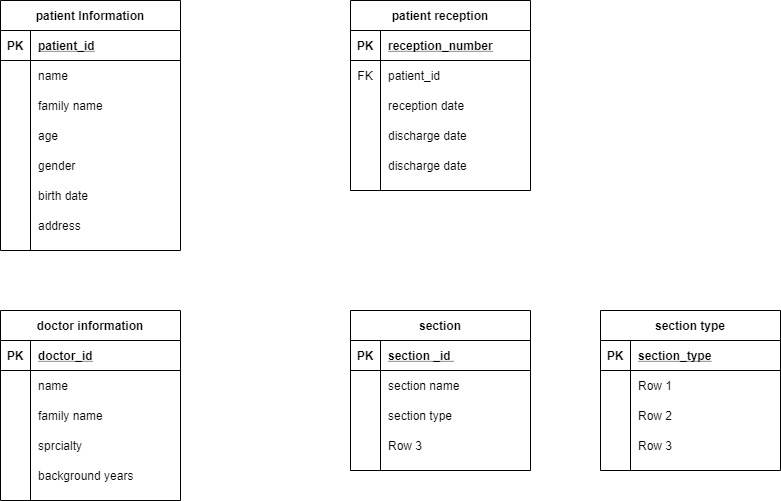
The draw.io diagram Untitled Diagram.png in sepideh2020/ERD, before a commit. Source tidied: cells renumbered, new cells last; positions are measured from the earlier drawing's top-left corner, leaving out a move shared by most shapes.
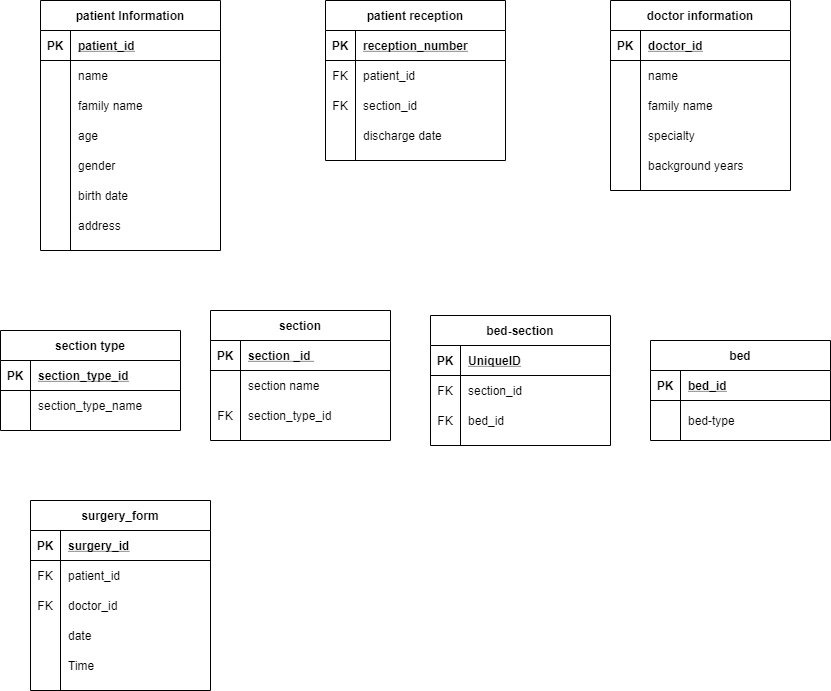
After the commit.

What changed in the source:
```diff
@@ -69,7 +69,7 @@
       <mxGeometry x="30" width="150" height="30" as="geometry" />
     </mxCell>
     <mxCell id="24" value="patient reception" style="shape=table;startSize=30;rowLines=0;fontStyle=1;align=center;" parent="1" vertex="1">
-      <mxGeometry x="350" width="180" height="190" as="geometry" />
+      <mxGeometry x="285" width="180" height="160" as="geometry" />
     </mxCell>
     <mxCell id="25" style="shape=partialRectangle;fillColor=none;top=0;left=0;bottom=1;right=0;" parent="24" vertex="1">
       <mxGeometry y="30" width="180" height="30" as="geometry" />
@@ -92,10 +92,10 @@
     <mxCell id="31" style="shape=partialRectangle;fillColor=none;top=0;left=0;bottom=0;right=0;" parent="24" vertex="1">
       <mxGeometry y="90" width="180" height="30" as="geometry" />
     </mxCell>
-    <mxCell id="32" style="shape=partialRectangle;fillColor=none;top=0;left=0;bottom=0;right=0;overflow=hidden;" parent="31" vertex="1">
+    <mxCell id="32" value="FK" style="shape=partialRectangle;fillColor=none;top=0;left=0;bottom=0;right=0;overflow=hidden;" parent="31" vertex="1">
       <mxGeometry width="30" height="30" as="geometry" />
     </mxCell>
-    <mxCell id="33" value="reception date" style="shape=partialRectangle;fillColor=none;top=0;left=0;bottom=0;right=0;align=left;spacingLeft=6;overflow=hidden;" parent="31" vertex="1">
+    <mxCell id="33" value="section_id" style="shape=partialRectangle;fillColor=none;top=0;left=0;bottom=0;right=0;align=left;spacingLeft=6;overflow=hidden;" parent="31" vertex="1">
       <mxGeometry x="30" width="150" height="30" as="geometry" />
     </mxCell>
     <mxCell id="34" style="shape=partialRectangle;fillColor=none;top=0;left=0;bottom=0;right=0;" parent="24" vertex="1">
@@ -107,17 +107,8 @@
     <mxCell id="36" value="discharge date" style="shape=partialRectangle;fillColor=none;top=0;left=0;bottom=0;right=0;align=left;spacingLeft=6;overflow=hidden;" parent="34" vertex="1">
       <mxGeometry x="30" width="150" height="30" as="geometry" />
     </mxCell>
-    <mxCell id="37" style="shape=partialRectangle;fillColor=none;top=0;left=0;bottom=0;right=0;" parent="24" vertex="1">
-      <mxGeometry y="150" width="180" height="30" as="geometry" />
-    </mxCell>
-    <mxCell id="38" style="shape=partialRectangle;fillColor=none;top=0;left=0;bottom=0;right=0;overflow=hidden;" parent="37" vertex="1">
-      <mxGeometry width="30" height="30" as="geometry" />
-    </mxCell>
-    <mxCell id="39" value="discharge date" style="shape=partialRectangle;fillColor=none;top=0;left=0;bottom=0;right=0;align=left;spacingLeft=6;overflow=hidden;" parent="37" vertex="1">
-      <mxGeometry x="30" width="150" height="30" as="geometry" />
-    </mxCell>
     <mxCell id="40" value="doctor information" style="shape=table;startSize=30;rowLines=0;fontStyle=1;align=center;" parent="1" vertex="1">
-      <mxGeometry y="310" width="180" height="190" as="geometry" />
+      <mxGeometry x="570" width="180" height="190" as="geometry" />
     </mxCell>
     <mxCell id="41" style="shape=partialRectangle;fillColor=none;top=0;left=0;bottom=1;right=0;" parent="40" vertex="1">
       <mxGeometry y="30" width="180" height="30" as="geometry" />
@@ -152,7 +143,7 @@
     <mxCell id="51" style="shape=partialRectangle;fillColor=none;top=0;left=0;bottom=0;right=0;overflow=hidden;" parent="50" vertex="1">
       <mxGeometry width="30" height="30" as="geometry" />
     </mxCell>
-    <mxCell id="52" value="sprcialty" style="shape=partialRectangle;fillColor=none;top=0;left=0;bottom=0;right=0;align=left;spacingLeft=6;overflow=hidden;" parent="50" vertex="1">
+    <mxCell id="52" value="specialty" style="shape=partialRectangle;fillColor=none;top=0;left=0;bottom=0;right=0;align=left;spacingLeft=6;overflow=hidden;" parent="50" vertex="1">
       <mxGeometry x="30" width="150" height="30" as="geometry" />
     </mxCell>
     <mxCell id="53" style="shape=partialRectangle;fillColor=none;top=0;left=0;bottom=0;right=0;" parent="40" vertex="1">
@@ -165,7 +156,7 @@
       <mxGeometry x="30" width="150" height="30" as="geometry" />
     </mxCell>
     <mxCell id="56" value="section" style="shape=table;startSize=30;rowLines=0;fontStyle=1;align=center;" parent="1" vertex="1">
-      <mxGeometry x="350" y="310" width="180" height="160" as="geometry" />
+      <mxGeometry x="170" y="310" width="180" height="130" as="geometry" />
     </mxCell>
     <mxCell id="57" style="shape=partialRectangle;fillColor=none;top=0;left=0;bottom=1;right=0;" parent="56" vertex="1">
       <mxGeometry y="30" width="180" height="30" as="geometry" />
@@ -188,23 +179,14 @@
     <mxCell id="63" style="shape=partialRectangle;fillColor=none;top=0;left=0;bottom=0;right=0;" parent="56" vertex="1">
       <mxGeometry y="90" width="180" height="30" as="geometry" />
     </mxCell>
-    <mxCell id="64" style="shape=partialRectangle;fillColor=none;top=0;left=0;bottom=0;right=0;overflow=hidden;" parent="63" vertex="1">
+    <mxCell id="64" value="FK" style="shape=partialRectangle;fillColor=none;top=0;left=0;bottom=0;right=0;overflow=hidden;" parent="63" vertex="1">
       <mxGeometry width="30" height="30" as="geometry" />
     </mxCell>
-    <mxCell id="65" value="section type" style="shape=partialRectangle;fillColor=none;top=0;left=0;bottom=0;right=0;align=left;spacingLeft=6;overflow=hidden;" parent="63" vertex="1">
+    <mxCell id="65" value="section_type_id" style="shape=partialRectangle;fillColor=none;top=0;left=0;bottom=0;right=0;align=left;spacingLeft=6;overflow=hidden;" parent="63" vertex="1">
       <mxGeometry x="30" width="150" height="30" as="geometry" />
     </mxCell>
-    <mxCell id="66" style="shape=partialRectangle;fillColor=none;top=0;left=0;bottom=0;right=0;" parent="56" vertex="1">
-      <mxGeometry y="120" width="180" height="30" as="geometry" />
-    </mxCell>
-    <mxCell id="67" style="shape=partialRectangle;fillColor=none;top=0;left=0;bottom=0;right=0;overflow=hidden;" parent="66" vertex="1">
-      <mxGeometry width="30" height="30" as="geometry" />
-    </mxCell>
-    <mxCell id="68" value="Row 3" style="shape=partialRectangle;fillColor=none;top=0;left=0;bottom=0;right=0;align=left;spacingLeft=6;overflow=hidden;" parent="66" vertex="1">
-      <mxGeometry x="30" width="150" height="30" as="geometry" />
-    </mxCell>
     <mxCell id="69" value="section type" style="shape=table;startSize=30;rowLines=0;fontStyle=1;align=center;" parent="1" vertex="1">
-      <mxGeometry x="600" y="310" width="180" height="160" as="geometry" />
+      <mxGeometry x="-40" y="330" width="180" height="100" as="geometry" />
     </mxCell>
     <mxCell id="70" style="shape=partialRectangle;fillColor=none;top=0;left=0;bottom=1;right=0;" parent="69" vertex="1">
       <mxGeometry y="30" width="180" height="30" as="geometry" />
@@ -212,7 +194,7 @@
     <mxCell id="71" value="PK" style="shape=partialRectangle;fillColor=none;top=0;left=0;bottom=0;right=0;fontStyle=1;overflow=hidden;" parent="70" vertex="1">
       <mxGeometry width="30" height="30" as="geometry" />
     </mxCell>
-    <mxCell id="72" value="section_type" style="shape=partialRectangle;fillColor=none;top=0;left=0;bottom=0;right=0;align=left;spacingLeft=6;fontStyle=5;overflow=hidden;" parent="70" vertex="1">
+    <mxCell id="72" value="section_type_id" style="shape=partialRectangle;fillColor=none;top=0;left=0;bottom=0;right=0;align=left;spacingLeft=6;fontStyle=5;overflow=hidden;" parent="70" vertex="1">
       <mxGeometry x="30" width="150" height="30" as="geometry" />
     </mxCell>
     <mxCell id="73" style="shape=partialRectangle;fillColor=none;top=0;left=0;bottom=0;right=0;" parent="69" vertex="1">
@@ -221,26 +203,107 @@
     <mxCell id="74" style="shape=partialRectangle;fillColor=none;top=0;left=0;bottom=0;right=0;overflow=hidden;" parent="73" vertex="1">
       <mxGeometry width="30" height="30" as="geometry" />
     </mxCell>
-    <mxCell id="75" value="Row 1" style="shape=partialRectangle;fillColor=none;top=0;left=0;bottom=0;right=0;align=left;spacingLeft=6;overflow=hidden;" parent="73" vertex="1">
+    <mxCell id="75" value="section_type_name" style="shape=partialRectangle;fillColor=none;top=0;left=0;bottom=0;right=0;align=left;spacingLeft=6;overflow=hidden;" parent="73" vertex="1">
       <mxGeometry x="30" width="150" height="30" as="geometry" />
     </mxCell>
-    <mxCell id="76" style="shape=partialRectangle;fillColor=none;top=0;left=0;bottom=0;right=0;" parent="69" vertex="1">
-      <mxGeometry y="90" width="180" height="30" as="geometry" />
-    </mxCell>
-    <mxCell id="77" style="shape=partialRectangle;fillColor=none;top=0;left=0;bottom=0;right=0;overflow=hidden;" parent="76" vertex="1">
-      <mxGeometry width="30" height="30" as="geometry" />
-    </mxCell>
-    <mxCell id="78" value="Row 2" style="shape=partialRectangle;fillColor=none;top=0;left=0;bottom=0;right=0;align=left;spacingLeft=6;overflow=hidden;" parent="76" vertex="1">
-      <mxGeometry x="30" width="150" height="30" as="geometry" />
-    </mxCell>
-    <mxCell id="79" style="shape=partialRectangle;fillColor=none;top=0;left=0;bottom=0;right=0;" parent="69" vertex="1">
-      <mxGeometry y="120" width="180" height="30" as="geometry" />
-    </mxCell>
-    <mxCell id="80" style="shape=partialRectangle;fillColor=none;top=0;left=0;bottom=0;right=0;overflow=hidden;" parent="79" vertex="1">
-      <mxGeometry width="30" height="30" as="geometry" />
-    </mxCell>
-    <mxCell id="81" value="Row 3" style="shape=partialRectangle;fillColor=none;top=0;left=0;bottom=0;right=0;align=left;spacingLeft=6;overflow=hidden;" parent="79" vertex="1">
-      <mxGeometry x="30" width="150" height="30" as="geometry" />
-    </mxCell>
+    <mxCell id="82" value="bed" style="shape=table;startSize=30;rowLines=0;fontStyle=1;align=center;" parent="1" vertex="1">
+      <mxGeometry x="610" y="340" width="180" height="100" as="geometry" />
+    </mxCell>
+    <mxCell id="83" style="shape=partialRectangle;fillColor=none;top=0;left=0;bottom=1;right=0;" parent="82" vertex="1">
+      <mxGeometry y="30" width="180" height="30" as="geometry" />
+    </mxCell>
+    <mxCell id="84" value="PK" style="shape=partialRectangle;fillColor=none;top=0;left=0;bottom=0;right=0;fontStyle=1;overflow=hidden;" parent="83" vertex="1">
+      <mxGeometry width="30" height="30" as="geometry" />
+    </mxCell>
+    <mxCell id="85" value="bed_id" style="shape=partialRectangle;fillColor=none;top=0;left=0;bottom=0;right=0;align=left;spacingLeft=6;fontStyle=5;overflow=hidden;" parent="83" vertex="1">
+      <mxGeometry x="30" width="150" height="30" as="geometry" />
+    </mxCell>
+    <mxCell id="86" style="shape=partialRectangle;fillColor=none;top=0;left=0;bottom=0;right=0;" parent="82" vertex="1">
+      <mxGeometry y="60" width="180" height="40" as="geometry" />
+    </mxCell>
+    <mxCell id="87" style="shape=partialRectangle;fillColor=none;top=0;left=0;bottom=0;right=0;overflow=hidden;" parent="86" vertex="1">
+      <mxGeometry width="30" height="40" as="geometry" />
+    </mxCell>
+    <mxCell id="88" value="bed-type" style="shape=partialRectangle;fillColor=none;top=0;left=0;bottom=0;right=0;align=left;spacingLeft=6;overflow=hidden;" parent="86" vertex="1">
+      <mxGeometry x="30" width="150" height="40" as="geometry" />
+    </mxCell>
+    <mxCell id="89" value="bed-section" style="shape=table;startSize=30;rowLines=0;fontStyle=1;align=center;" parent="1" vertex="1">
+      <mxGeometry x="390" y="315" width="180" height="130" as="geometry" />
+    </mxCell>
+    <mxCell id="90" style="shape=partialRectangle;fillColor=none;top=0;left=0;bottom=1;right=0;" parent="89" vertex="1">
+      <mxGeometry y="30" width="180" height="30" as="geometry" />
+    </mxCell>
+    <mxCell id="91" value="PK" style="shape=partialRectangle;fillColor=none;top=0;left=0;bottom=0;right=0;fontStyle=1;overflow=hidden;" parent="90" vertex="1">
+      <mxGeometry width="30" height="30" as="geometry" />
+    </mxCell>
+    <mxCell id="92" value="UniqueID" style="shape=partialRectangle;fillColor=none;top=0;left=0;bottom=0;right=0;align=left;spacingLeft=6;fontStyle=5;overflow=hidden;" parent="90" vertex="1">
+      <mxGeometry x="30" width="150" height="30" as="geometry" />
+    </mxCell>
+    <mxCell id="93" style="shape=partialRectangle;fillColor=none;top=0;left=0;bottom=0;right=0;" parent="89" vertex="1">
+      <mxGeometry y="60" width="180" height="30" as="geometry" />
+    </mxCell>
+    <mxCell id="94" value="FK" style="shape=partialRectangle;fillColor=none;top=0;left=0;bottom=0;right=0;overflow=hidden;" parent="93" vertex="1">
+      <mxGeometry width="30" height="30" as="geometry" />
+    </mxCell>
+    <mxCell id="95" value="section_id" style="shape=partialRectangle;fillColor=none;top=0;left=0;bottom=0;right=0;align=left;spacingLeft=6;overflow=hidden;" parent="93" vertex="1">
+      <mxGeometry x="30" width="150" height="30" as="geometry" />
+    </mxCell>
+    <mxCell id="96" style="shape=partialRectangle;fillColor=none;top=0;left=0;bottom=0;right=0;" parent="89" vertex="1">
+      <mxGeometry y="90" width="180" height="30" as="geometry" />
+    </mxCell>
+    <mxCell id="97" value="FK" style="shape=partialRectangle;fillColor=none;top=0;left=0;bottom=0;right=0;overflow=hidden;" parent="96" vertex="1">
+      <mxGeometry width="30" height="30" as="geometry" />
+    </mxCell>
+    <mxCell id="98" value="bed_id" style="shape=partialRectangle;fillColor=none;top=0;left=0;bottom=0;right=0;align=left;spacingLeft=6;overflow=hidden;" parent="96" vertex="1">
+      <mxGeometry x="30" width="150" height="30" as="geometry" />
+    </mxCell>
+    <mxCell id="99" value="surgery_form" style="shape=table;startSize=30;rowLines=0;fontStyle=1;align=center;" parent="1" vertex="1">
+      <mxGeometry x="-10" y="500" width="180" height="190" as="geometry" />
+    </mxCell>
+    <mxCell id="100" style="shape=partialRectangle;fillColor=none;top=0;left=0;bottom=1;right=0;" parent="99" vertex="1">
+      <mxGeometry y="30" width="180" height="30" as="geometry" />
+    </mxCell>
+    <mxCell id="101" value="PK" style="shape=partialRectangle;fillColor=none;top=0;left=0;bottom=0;right=0;fontStyle=1;overflow=hidden;" parent="100" vertex="1">
+      <mxGeometry width="30" height="30" as="geometry" />
+    </mxCell>
+    <mxCell id="102" value="surgery_id" style="shape=partialRectangle;fillColor=none;top=0;left=0;bottom=0;right=0;align=left;spacingLeft=6;fontStyle=5;overflow=hidden;" parent="100" vertex="1">
+      <mxGeometry x="30" width="150" height="30" as="geometry" />
+    </mxCell>
+    <mxCell id="103" style="shape=partialRectangle;fillColor=none;top=0;left=0;bottom=0;right=0;" parent="99" vertex="1">
+      <mxGeometry y="60" width="180" height="30" as="geometry" />
+    </mxCell>
+    <mxCell id="104" value="FK" style="shape=partialRectangle;fillColor=none;top=0;left=0;bottom=0;right=0;overflow=hidden;" parent="103" vertex="1">
+      <mxGeometry width="30" height="30" as="geometry" />
+    </mxCell>
+    <mxCell id="105" value="patient_id" style="shape=partialRectangle;fillColor=none;top=0;left=0;bottom=0;right=0;align=left;spacingLeft=6;overflow=hidden;" parent="103" vertex="1">
+      <mxGeometry x="30" width="150" height="30" as="geometry" />
+    </mxCell>
+    <mxCell id="106" style="shape=partialRectangle;fillColor=none;top=0;left=0;bottom=0;right=0;" parent="99" vertex="1">
+      <mxGeometry y="90" width="180" height="30" as="geometry" />
+    </mxCell>
+    <mxCell id="107" value="FK" style="shape=partialRectangle;fillColor=none;top=0;left=0;bottom=0;right=0;overflow=hidden;" parent="106" vertex="1">
+      <mxGeometry width="30" height="30" as="geometry" />
+    </mxCell>
+    <mxCell id="108" value="doctor_id" style="shape=partialRectangle;fillColor=none;top=0;left=0;bottom=0;right=0;align=left;spacingLeft=6;overflow=hidden;" parent="106" vertex="1">
+      <mxGeometry x="30" width="150" height="30" as="geometry" />
+    </mxCell>
+    <mxCell id="109" style="shape=partialRectangle;fillColor=none;top=0;left=0;bottom=0;right=0;" parent="99" vertex="1">
+      <mxGeometry y="120" width="180" height="30" as="geometry" />
+    </mxCell>
+    <mxCell id="110" style="shape=partialRectangle;fillColor=none;top=0;left=0;bottom=0;right=0;overflow=hidden;" parent="109" vertex="1">
+      <mxGeometry width="30" height="30" as="geometry" />
+    </mxCell>
+    <mxCell id="111" value="date" style="shape=partialRectangle;fillColor=none;top=0;left=0;bottom=0;right=0;align=left;spacingLeft=6;overflow=hidden;" parent="109" vertex="1">
+      <mxGeometry x="30" width="150" height="30" as="geometry" />
+    </mxCell>
+    <mxCell id="37" style="shape=partialRectangle;fillColor=none;top=0;left=0;bottom=0;right=0;" parent="99" vertex="1">
+      <mxGeometry y="150" width="180" height="30" as="geometry" />
+    </mxCell>
+    <mxCell id="112" style="shape=partialRectangle;fillColor=none;top=0;left=0;bottom=0;right=0;overflow=hidden;" parent="37" vertex="1">
+      <mxGeometry width="30" height="30" as="geometry" />
+    </mxCell>
+    <mxCell id="113" value="Time" style="shape=partialRectangle;fillColor=none;top=0;left=0;bottom=0;right=0;align=left;spacingLeft=6;overflow=hidden;" parent="37" vertex="1">
+      <mxGeometry x="30" width="150" height="30" as="geometry" />
+    </mxCell>
   </root>
 </mxGraphModel>
```
